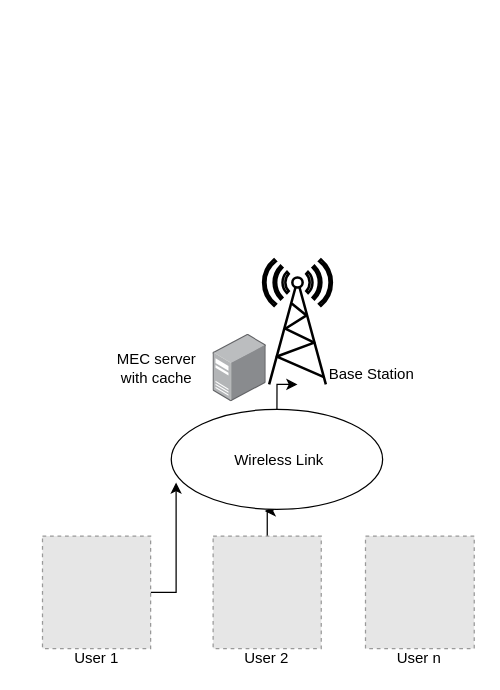
Earlier version of the draw.io diagram ICC2024.drawio (gughets/mrleo). Source tidied: cells renumbered, new cells numbered last; positions are measured from the earlier drawing's top-left corner, leaving out a move shared by most shapes. Both pictures are drawn from the tidied source at 125%, with x=0, y=0 at pixel (41, 259). Pictures stored in the file or linked from it are replaced by grey dashed boxes.
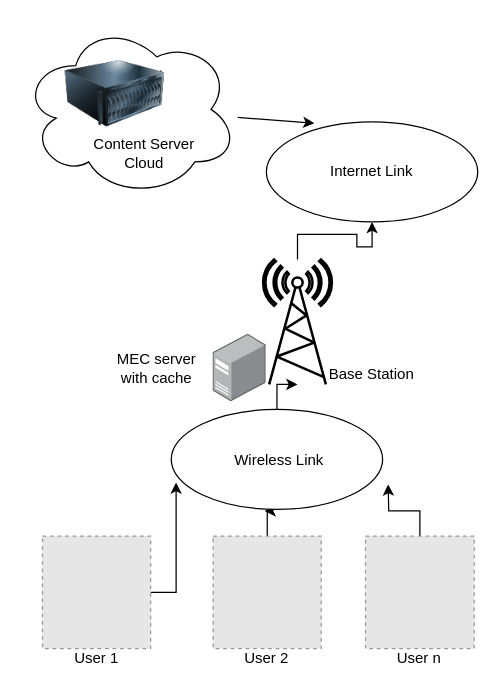
The same page after the edit.

Unchanged cells that the change refers to:
```xml
<mxCell id="2" style="fontColor=#0066CC;verticalAlign=top;verticalLabelPosition=bottom;labelPosition=center;align=center;html=1;fillColor=#FFFFFF;strokeColor=#000000;gradientColor=none;gradientDirection=north;strokeWidth=2;shape=mxgraph.networks.radio_tower;rounded=1;shadow=0;comic=0;labelBackgroundColor=none;" parent="1" vertex="1">
  <mxGeometry x="177" width="55" height="100" as="geometry" />
</mxCell>
<mxCell id="16" style="fillColor=#E6E6E6;strokeColor=#999999;dashed=1;verticalLabelPosition=bottom;labelBackgroundColor=default;verticalAlign=top;" parent="1" vertex="1">
  <mxGeometry x="258.9" y="221.3" width="87" height="90" as="geometry" />
</mxCell>
```

What changed in the source:
```diff
@@
+    <mxCell id="17" style="ellipse;shape=cloud;whiteSpace=wrap;html=1;" parent="1" vertex="1">
+      <mxGeometry x="-16.3" y="-190" width="173.3" height="140" as="geometry" />
+    </mxCell>
+    <mxCell id="18" style="edgeStyle=orthogonalEdgeStyle;rounded=0;jettySize=auto;html=1;" parent="1" edge="1" source="2" target="20">
+      <mxGeometry relative="1" as="geometry" />
+    </mxCell>
@@
+    <mxCell id="19" style="edgeStyle=orthogonalEdgeStyle;rounded=0;jettySize=auto;html=1;" parent="1" edge="1" source="16">
+      <mxGeometry relative="1" as="geometry">
+        <mxPoint x="277" y="180" as="targetPoint" />
+      </mxGeometry>
+    </mxCell>
@@
+    <mxCell id="20" style="ellipse;whiteSpace=wrap;html=1;" parent="1" vertex="1">
+      <mxGeometry x="179.6" y="-110" width="169.1" height="80" as="geometry" />
+    </mxCell>
+    <mxCell id="21" value="Internet Link" style="text;html=1;strokeColor=none;fillColor=none;align=center;verticalAlign=middle;whiteSpace=wrap;rounded=0;" parent="1" vertex="1">
+      <mxGeometry x="227.2" y="-92.5" width="73.9" height="45" as="geometry" />
+    </mxCell>
+    <mxCell id="22" style="image;html=1;image=img/lib/clip_art/computers/Server_128x128.png;" parent="1" vertex="1">
+      <mxGeometry x="18.7" y="-172.5" width="80" height="80" as="geometry" />
+    </mxCell>
+    <mxCell id="23" value="Content Server&lt;br&gt;&lt;div&gt;Cloud&lt;/div&gt;" style="text;html=1;strokeColor=none;fillColor=none;align=center;verticalAlign=middle;whiteSpace=wrap;rounded=0;" parent="1" vertex="1">
+      <mxGeometry x="37" y="-92.5" width="90" height="15.5" as="geometry" />
+    </mxCell>
+    <mxCell id="24" style="rounded=0;jettySize=auto;html=1;entryX=0.227;entryY=0.013;entryDx=0;entryDy=0;entryPerimeter=0;" parent="1" edge="1" source="17" target="20">
+      <mxGeometry relative="1" as="geometry" />
+    </mxCell>
```
